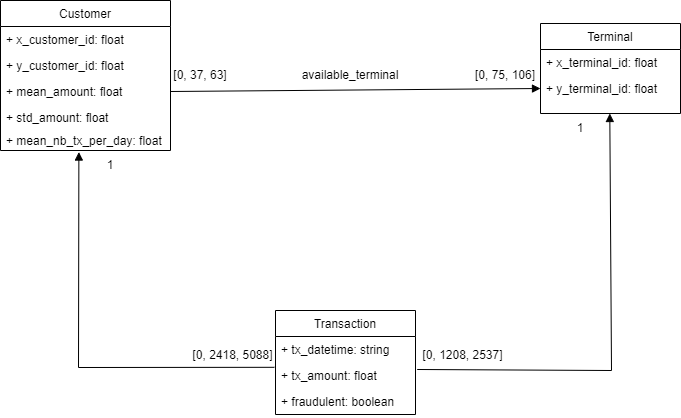
The draw.io diagram report/images/MongoBaselineNavigability.png in Davydhh/MongoDB-for-Fraud-Detection, before a commit. Source tidied: cells renumbered, new cells last; positions are measured from the earlier drawing's top-left corner, leaving out a move shared by most shapes.
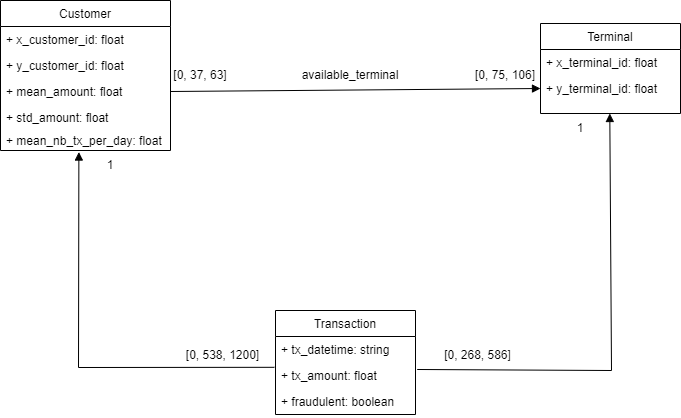
Above is the later version.

What changed in the source:
```diff
@@ -56,14 +56,14 @@
     <mxCell id="17" value="[0, 37, 63]" style="text;html=1;strokeColor=none;fillColor=none;align=center;verticalAlign=middle;whiteSpace=wrap;rounded=0;" parent="1" vertex="1">
       <mxGeometry x="170" y="60" width="60" height="30" as="geometry" />
     </mxCell>
-    <mxCell id="18" value="[0, 1208, 2537]" style="text;html=1;strokeColor=none;fillColor=none;align=center;verticalAlign=middle;whiteSpace=wrap;rounded=0;" parent="1" vertex="1">
-      <mxGeometry x="415" y="340" width="95" height="30" as="geometry" />
+    <mxCell id="18" value="[0, 268, 586]" style="text;html=1;strokeColor=none;fillColor=none;align=center;verticalAlign=middle;whiteSpace=wrap;rounded=0;" parent="1" vertex="1">
+      <mxGeometry x="430" y="340" width="95" height="30" as="geometry" />
     </mxCell>
     <mxCell id="19" value="1" style="text;html=1;strokeColor=none;fillColor=none;align=center;verticalAlign=middle;whiteSpace=wrap;rounded=0;" parent="1" vertex="1">
       <mxGeometry x="550" y="113" width="60" height="30" as="geometry" />
     </mxCell>
-    <mxCell id="20" value="[0, 2418, 5088]" style="text;html=1;strokeColor=none;fillColor=none;align=center;verticalAlign=middle;whiteSpace=wrap;rounded=0;" parent="1" vertex="1">
-      <mxGeometry x="190" y="340" width="85" height="30" as="geometry" />
+    <mxCell id="20" value="[0, 538, 1200]" style="text;html=1;strokeColor=none;fillColor=none;align=center;verticalAlign=middle;whiteSpace=wrap;rounded=0;" parent="1" vertex="1">
+      <mxGeometry x="180" y="340" width="85" height="30" as="geometry" />
     </mxCell>
     <mxCell id="21" value="1" style="text;html=1;strokeColor=none;fillColor=none;align=center;verticalAlign=middle;whiteSpace=wrap;rounded=0;" parent="1" vertex="1">
       <mxGeometry x="80" y="150" width="60" height="30" as="geometry" />
```
